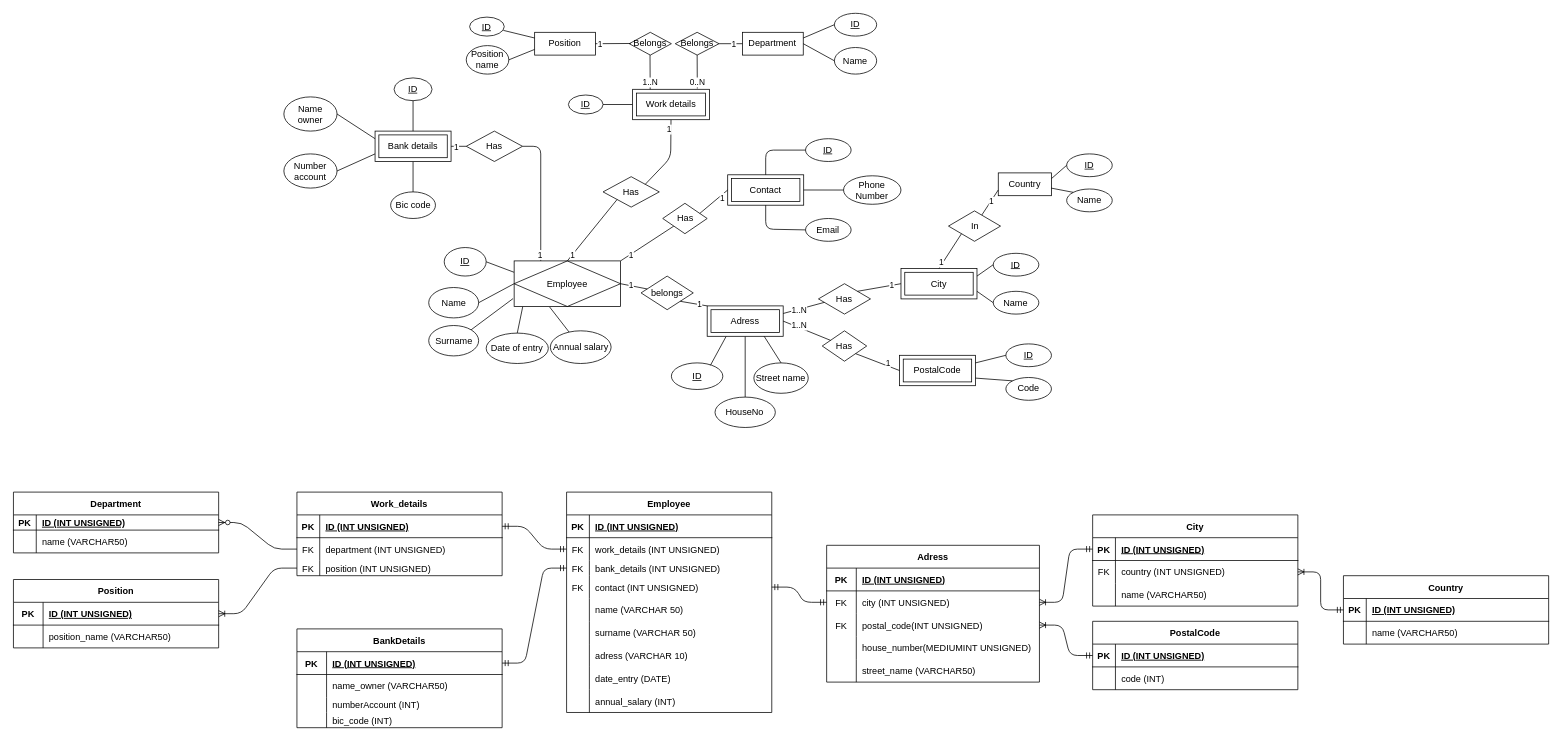
This is Scheme_database.drawio from AntoineD74/Database-project, a draw.io file, before an edit. Source tidied: cells renumbered, new cells numbered last; positions are measured from the earlier drawing's top-left corner, leaving out a move shared by most shapes. Both pictures are drawn from the tidied source at 76%, with x=0, y=0 at pixel (13, 13).
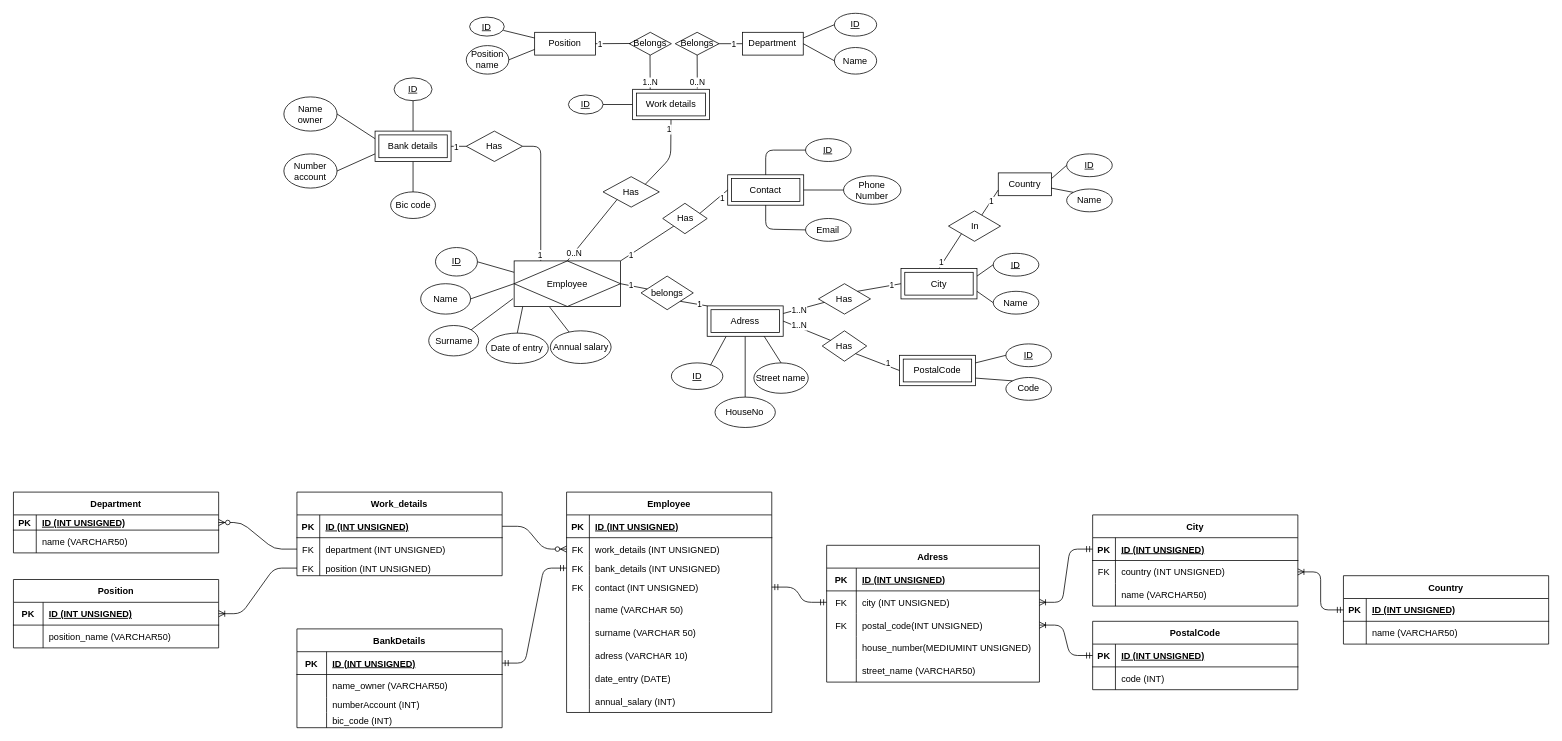
After the change.

The change refers to these unchanged cells:
```xml
<mxCell id="46" style="shape=partialRectangle;fillColor=none;top=0;left=0;bottom=0;right=0;points=[[0,0.5],[1,0.5]];portConstraint=eastwest;" parent="42" vertex="1">
  <mxGeometry y="60" width="270" height="30" as="geometry" />
</mxCell>
<mxCell id="88" style="shape=partialRectangle;fillColor=none;top=0;left=0;bottom=1;right=0;points=[[0,0.5],[1,0.5]];portConstraint=eastwest;" parent="87" vertex="1">
  <mxGeometry y="30" width="270" height="30" as="geometry" />
</mxCell>
```

The edit, as a diff of the source:
```diff
@@
     <mxCell id="4" value="Name" style="ellipse;whiteSpace=wrap;html=1;" parent="1" vertex="1">
-      <mxGeometry x="546.6" y="360.8" width="65.7" height="40" as="geometry" />
+      <mxGeometry x="536" y="355.8" width="65.7" height="40" as="geometry" />
     </mxCell>
     <mxCell id="5" value="&lt;u&gt;ID&lt;/u&gt;" style="ellipse;whiteSpace=wrap;html=1;" parent="1" vertex="1">
-      <mxGeometry x="567" y="308.2" width="55.2" height="37.5" as="geometry" />
+      <mxGeometry x="555.5" y="308.2" width="55.2" height="37.5" as="geometry" />
     </mxCell>
@@
-    <mxCell id="119" style="edgeStyle=entityRelationEdgeStyle;fontSize=12;html=1;endArrow=ERmandOne;startArrow=ERmandOne;entryX=1;entryY=0.5;entryDx=0;entryDy=0;exitX=0;exitY=0.5;exitDx=0;exitDy=0;" parent="1" edge="1" source="46" target="88">
-      <mxGeometry relative="1" as="geometry" />
-    </mxCell>
@@
-    <mxCell id="173" value="1" style="edgeLabel;html=1;align=center;verticalAlign=middle;" parent="1" vertex="1">
-      <mxGeometry x="579.4" y="355.8" as="geometry">
-        <mxPoint x="156" y="-38" as="offset" />
-      </mxGeometry>
-    </mxCell>
@@
+    <mxCell id="224" value="0..N" style="edgeLabel;html=1;align=center;verticalAlign=middle;" parent="1" vertex="1">
+      <mxGeometry x="940" y="335.8" as="geometry">
+        <mxPoint x="-203" y="-20" as="offset" />
+      </mxGeometry>
+    </mxCell>
+    <mxCell id="225" style="edgeStyle=entityRelationEdgeStyle;fontSize=12;html=1;endArrow=ERzeroToMany;endFill=1;exitX=1;exitY=0.5;exitDx=0;exitDy=0;entryX=0;entryY=0.5;entryDx=0;entryDy=0;" parent="1" edge="1" source="88" target="46">
+      <mxGeometry relative="1" as="geometry" />
+    </mxCell>
```
